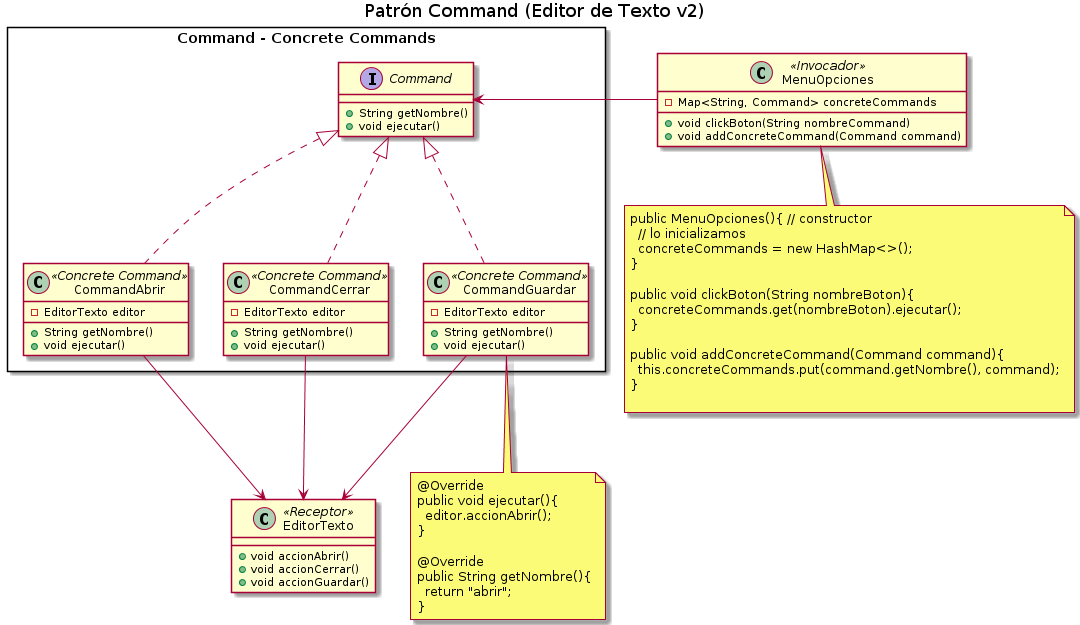
Before: practica/patrones-de-diseño/diagramas-de-clases/procesador-de-textov2-command.png, a diagram exported from PlantUML (manu-utn/bitacora-diseno-de-sistemas). The source it was exported from:
```plantuml
@startuml
Title Patrón Command (Editor de Texto v2)


rectangle "Command - Concrete Commands"{
    interface Command{
        +String getNombre()
        +void ejecutar()
    }

    class CommandAbrir <<Concrete Command>>{
        -EditorTexto editor

        +String getNombre()
        +void ejecutar()
    }

    class CommandCerrar <<Concrete Command>>{
        -EditorTexto editor

        +String getNombre()
        +void ejecutar()
    }

    class CommandGuardar <<Concrete Command>>{
        -EditorTexto editor

        +String getNombre()
        +void ejecutar()
    }
}


class EditorTexto <<Receptor>>{
    +void accionAbrir()
    +void accionCerrar()
    +void accionGuardar()
}

class MenuOpciones <<Invocador>>{
    -Map<String, Command> concreteCommands
    +void clickBoton(String nombreCommand)
    +void addConcreteCommand(Command command)
}


CommandAbrir     .u.|> Command
CommandCerrar    .u.|> Command
CommandGuardar   .u.|> Command

MenuOpciones     -l-> Command

CommandAbrir     -d-> EditorTexto
CommandCerrar    -d-> EditorTexto
CommandGuardar   -d-> EditorTexto


note bottom of MenuOpciones
  public MenuOpciones(){ // constructor
    // lo inicializamos
    concreteCommands = new HashMap<>();
  }

  public void clickBoton(String nombreBoton){
    concreteCommands.get(nombreBoton).ejecutar();
  }

  public void addConcreteCommand(Command command){
    this.concreteCommands.put(command.getNombre(), command);
  }

end note

note bottom of CommandGuardar
  @Override
  public void ejecutar(){
    editor.accionAbrir();
  }

  @Override
  public String getNombre(){
    return "abrir";
  }
end note
@enduml
```
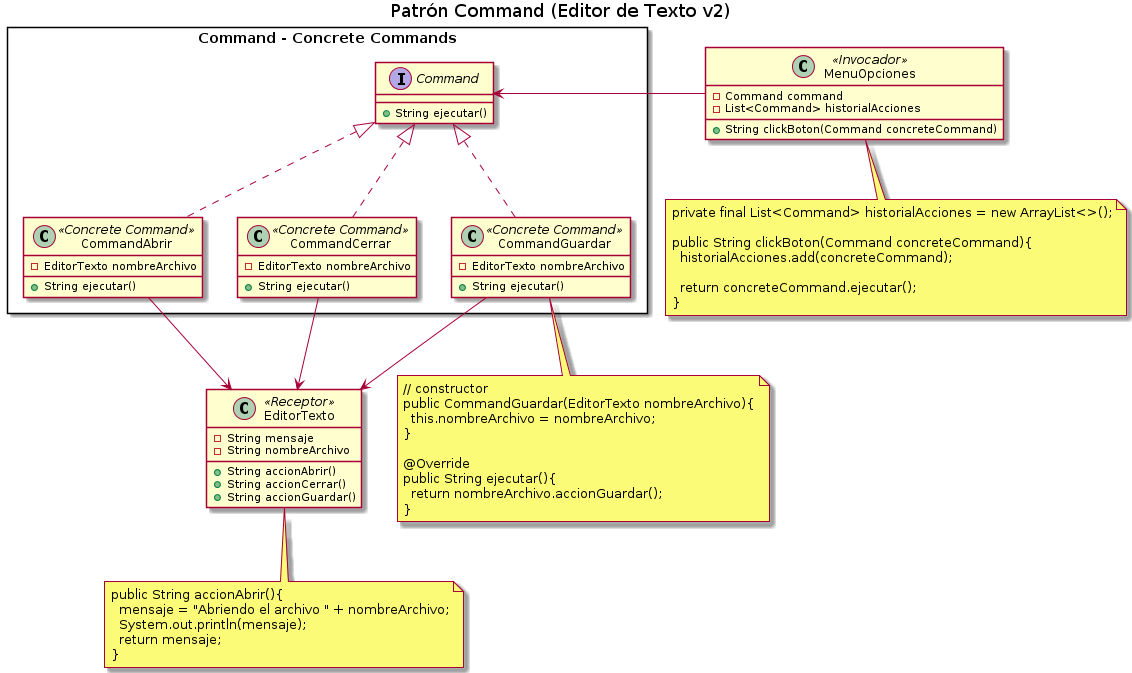
The same diagram one commit later.

Commit message:
Practica - Diagramas de clase

What changed in the source:
```diff
@@ -4,43 +4,42 @@
 
 rectangle "Command - Concrete Commands"{
     interface Command{
-        +String getNombre()
-        +void ejecutar()
+        +String ejecutar()
     }
 
     class CommandAbrir <<Concrete Command>>{
-        -EditorTexto editor
+        -EditorTexto nombreArchivo
 
-        +String getNombre()
-        +void ejecutar()
+        +String ejecutar()
     }
 
     class CommandCerrar <<Concrete Command>>{
-        -EditorTexto editor
+        -EditorTexto nombreArchivo
 
-        +String getNombre()
-        +void ejecutar()
+        +String ejecutar()
     }
 
     class CommandGuardar <<Concrete Command>>{
-        -EditorTexto editor
+        -EditorTexto nombreArchivo
 
-        +String getNombre()
-        +void ejecutar()
+        +String ejecutar()
     }
 }
 
 
 class EditorTexto <<Receptor>>{
-    +void accionAbrir()
-    +void accionCerrar()
-    +void accionGuardar()
+    -String mensaje
+    -String nombreArchivo
+    +String accionAbrir()
+    +String accionCerrar()
+    +String accionGuardar()
 }
 
 class MenuOpciones <<Invocador>>{
-    -Map<String, Command> concreteCommands
-    +void clickBoton(String nombreCommand)
-    +void addConcreteCommand(Command command)
+    -Command command
+    -List<Command> historialAcciones
+
+    +String clickBoton(Command concreteCommand)
 }
 
 
@@ -55,31 +54,33 @@
 CommandGuardar   -d-> EditorTexto
 
 
-note bottom of MenuOpciones
-  public MenuOpciones(){ // constructor
-    // lo inicializamos
-    concreteCommands = new HashMap<>();
-  }
-
-  public void clickBoton(String nombreBoton){
-    concreteCommands.get(nombreBoton).ejecutar();
-  }
-
-  public void addConcreteCommand(Command command){
-    this.concreteCommands.put(command.getNombre(), command);
-  }
-
-end note
-
 note bottom of CommandGuardar
-  @Override
-  public void ejecutar(){
-    editor.accionAbrir();
+  // constructor
+  public CommandGuardar(EditorTexto nombreArchivo){
+    this.nombreArchivo = nombreArchivo;
   }
 
   @Override
-  public String getNombre(){
-    return "abrir";
+  public String ejecutar(){
+    return nombreArchivo.accionGuardar();
+  }
+end note
+
+note bottom of MenuOpciones
+  private final List<Command> historialAcciones = new ArrayList<>();
+
+  public String clickBoton(Command concreteCommand){
+    historialAcciones.add(concreteCommand);
+
+    return concreteCommand.ejecutar();
+  }
+end note
+
+note bottom of EditorTexto
+  public String accionAbrir(){
+    mensaje = "Abriendo el archivo " + nombreArchivo;
+    System.out.println(mensaje);
+    return mensaje;
   }
 end note
 @enduml
```
